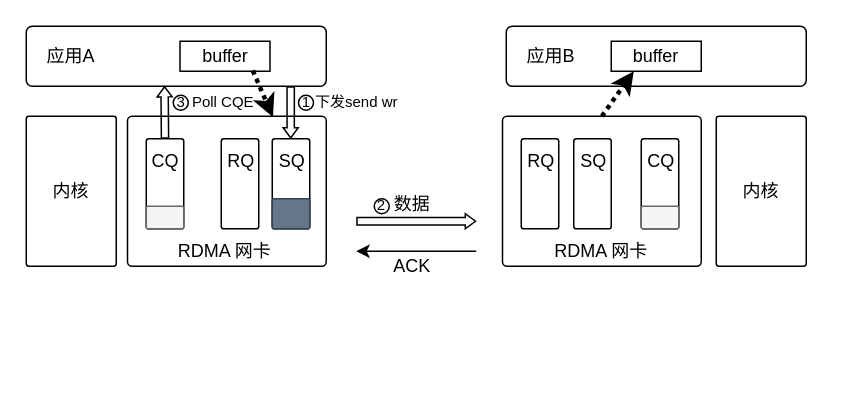
This is Img/RDMA-Write通信流程图.drawio from segzix/jiajiaDissertation, a draw.io file, before an edit. Source tidied: cells renumbered, new cells numbered last; positions are measured from the earlier drawing's top-left corner, leaving out a move shared by most shapes. Both pictures are drawn from the tidied source at 150%, with x=0, y=0 at pixel (26, 26).
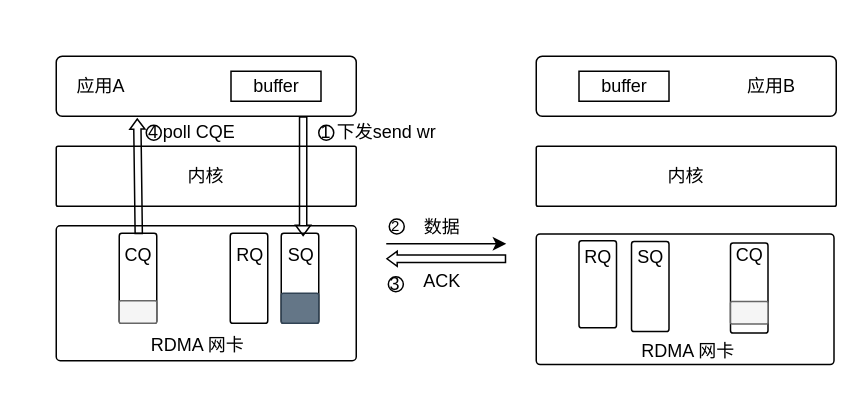
Above is the later version.

What changed in the source:
```diff
@@
-    <mxCell id="2" style="rounded=1;whiteSpace=wrap;html=1;arcSize=3;" parent="1" vertex="1">
-      <mxGeometry x="67.5" y="60" width="132.5" height="100" as="geometry" />
-    </mxCell>
-    <mxCell id="3" style="rounded=1;whiteSpace=wrap;html=1;arcSize=10;" parent="1" vertex="1">
-      <mxGeometry width="200" height="40" as="geometry" />
-    </mxCell>
-    <mxCell id="4" style="rounded=1;whiteSpace=wrap;html=1;arcSize=10;" parent="1" vertex="1">
-      <mxGeometry x="320" width="200" height="40" as="geometry" />
-    </mxCell>
+    <mxCell id="45" style="rounded=1;whiteSpace=wrap;html=1;arcSize=3;" parent="1" vertex="1">
+      <mxGeometry x="20" y="133" width="200" height="90" as="geometry" />
+    </mxCell>
+    <mxCell id="46" style="rounded=1;whiteSpace=wrap;html=1;arcSize=10;" parent="1" vertex="1">
+      <mxGeometry x="20" y="20" width="200" height="40" as="geometry" />
+    </mxCell>
+    <mxCell id="47" style="rounded=1;whiteSpace=wrap;html=1;arcSize=10;" parent="1" vertex="1">
+      <mxGeometry x="340" y="20" width="200" height="40" as="geometry" />
+    </mxCell>
     <mxCell id="5" value="应用A" style="text;html=1;align=center;verticalAlign=middle;whiteSpace=wrap;rounded=0;" parent="1" vertex="1">
-      <mxGeometry y="5" width="60" height="30" as="geometry" />
+      <mxGeometry x="20" y="25" width="60" height="30" as="geometry" />
     </mxCell>
     <mxCell id="6" value="应用B" style="text;html=1;align=center;verticalAlign=middle;whiteSpace=wrap;rounded=0;" parent="1" vertex="1">
-      <mxGeometry x="320" y="5" width="60" height="30" as="geometry" />
+      <mxGeometry x="466.5" y="25" width="60" height="30" as="geometry" />
     </mxCell>
-    <mxCell id="7" value="buffer" style="rounded=0;whiteSpace=wrap;html=1;" parent="1" vertex="1">
-      <mxGeometry x="102.5" y="10" width="60" height="20" as="geometry" />
-    </mxCell>
-    <mxCell id="8" value="buffer" style="rounded=0;whiteSpace=wrap;html=1;" parent="1" vertex="1">
-      <mxGeometry x="390" y="10" width="60" height="20" as="geometry" />
-    </mxCell>
-    <mxCell id="9" style="rounded=1;whiteSpace=wrap;html=1;arcSize=7;" parent="1" vertex="1">
-      <mxGeometry x="80" y="75" width="25" height="60" as="geometry" />
-    </mxCell>
-    <mxCell id="10" style="rounded=1;whiteSpace=wrap;html=1;arcSize=7;" parent="1" vertex="1">
-      <mxGeometry x="130" y="75" width="25" height="60" as="geometry" />
-    </mxCell>
-    <mxCell id="11" style="rounded=1;whiteSpace=wrap;html=1;arcSize=7;" parent="1" vertex="1">
-      <mxGeometry x="164" y="75" width="25" height="60" as="geometry" />
-    </mxCell>
-    <mxCell id="12" value="内核" style="rounded=1;whiteSpace=wrap;html=1;arcSize=3;" parent="1" vertex="1">
-      <mxGeometry y="60" width="60" height="100" as="geometry" />
-    </mxCell>
-    <mxCell id="13" value="内核" style="rounded=1;whiteSpace=wrap;html=1;arcSize=3;" parent="1" vertex="1">
-      <mxGeometry x="460" y="60" width="60" height="100" as="geometry" />
-    </mxCell>
-    <mxCell id="14" style="rounded=1;whiteSpace=wrap;html=1;arcSize=3;" parent="1" vertex="1">
-      <mxGeometry x="317.5" y="60" width="132.5" height="100" as="geometry" />
-    </mxCell>
-    <mxCell id="15" style="rounded=1;whiteSpace=wrap;html=1;arcSize=7;" parent="1" vertex="1">
-      <mxGeometry x="330" y="75" width="25" height="60" as="geometry" />
-    </mxCell>
-    <mxCell id="16" style="rounded=1;whiteSpace=wrap;html=1;arcSize=7;" parent="1" vertex="1">
-      <mxGeometry x="365" y="75" width="25" height="60" as="geometry" />
-    </mxCell>
-    <mxCell id="17" style="rounded=1;whiteSpace=wrap;html=1;arcSize=7;" parent="1" vertex="1">
-      <mxGeometry x="410" y="75" width="25" height="60" as="geometry" />
-    </mxCell>
-    <mxCell id="18" value="RDMA 网卡" style="text;html=1;align=center;verticalAlign=middle;whiteSpace=wrap;rounded=0;" parent="1" vertex="1">
-      <mxGeometry x="95" y="135" width="75" height="30" as="geometry" />
-    </mxCell>
-    <mxCell id="19" value="RDMA 网卡" style="text;html=1;align=center;verticalAlign=middle;whiteSpace=wrap;rounded=0;" parent="1" vertex="1">
-      <mxGeometry x="346.2" y="135" width="75" height="30" as="geometry" />
-    </mxCell>
-    <mxCell id="20" style="rounded=1;whiteSpace=wrap;html=1;arcSize=7;fillColor=#f5f5f5;fontColor=#333333;strokeColor=#666666;" parent="1" vertex="1">
-      <mxGeometry x="80" y="120" width="25" height="15" as="geometry" />
-    </mxCell>
+    <mxCell id="48" value="buffer" style="rounded=0;whiteSpace=wrap;html=1;" parent="1" vertex="1">
+      <mxGeometry x="136.5" y="30" width="60" height="20" as="geometry" />
+    </mxCell>
+    <mxCell id="49" value="buffer" style="rounded=0;whiteSpace=wrap;html=1;" parent="1" vertex="1">
+      <mxGeometry x="368.5" y="30" width="60" height="20" as="geometry" />
+    </mxCell>
+    <mxCell id="50" style="rounded=1;whiteSpace=wrap;html=1;arcSize=7;" parent="1" vertex="1">
+      <mxGeometry x="62" y="138" width="25" height="60" as="geometry" />
+    </mxCell>
+    <mxCell id="51" style="rounded=1;whiteSpace=wrap;html=1;arcSize=7;" parent="1" vertex="1">
+      <mxGeometry x="136" y="138" width="25" height="60" as="geometry" />
+    </mxCell>
+    <mxCell id="52" style="rounded=1;whiteSpace=wrap;html=1;arcSize=7;" parent="1" vertex="1">
+      <mxGeometry x="170" y="138" width="25" height="60" as="geometry" />
+    </mxCell>
+    <mxCell id="53" value="内核" style="rounded=1;whiteSpace=wrap;html=1;arcSize=3;" parent="1" vertex="1">
+      <mxGeometry x="20" y="80" width="200" height="40" as="geometry" />
+    </mxCell>
+    <mxCell id="54" value="内核" style="rounded=1;whiteSpace=wrap;html=1;arcSize=3;" parent="1" vertex="1">
+      <mxGeometry x="340" y="80" width="200" height="40" as="geometry" />
+    </mxCell>
+    <mxCell id="55" style="rounded=1;whiteSpace=wrap;html=1;arcSize=3;" parent="1" vertex="1">
+      <mxGeometry x="340" y="138.5" width="198.5" height="87" as="geometry" />
+    </mxCell>
+    <mxCell id="56" style="rounded=1;whiteSpace=wrap;html=1;arcSize=7;" parent="1" vertex="1">
+      <mxGeometry x="368.5" y="143" width="25" height="58" as="geometry" />
+    </mxCell>
+    <mxCell id="57" style="rounded=1;whiteSpace=wrap;html=1;arcSize=7;" parent="1" vertex="1">
+      <mxGeometry x="403.5" y="143.5" width="25" height="60" as="geometry" />
+    </mxCell>
+    <mxCell id="58" style="rounded=1;whiteSpace=wrap;html=1;arcSize=7;" parent="1" vertex="1">
+      <mxGeometry x="469.5" y="144.5" width="25" height="60" as="geometry" />
+    </mxCell>
+    <mxCell id="59" value="RDMA 网卡" style="text;html=1;align=center;verticalAlign=middle;whiteSpace=wrap;rounded=0;" parent="1" vertex="1">
+      <mxGeometry x="77" y="198" width="75" height="30" as="geometry" />
+    </mxCell>
+    <mxCell id="60" value="RDMA 网卡" style="text;html=1;align=center;verticalAlign=middle;whiteSpace=wrap;rounded=0;" parent="1" vertex="1">
+      <mxGeometry x="401.4" y="203" width="81.2" height="28" as="geometry" />
+    </mxCell>
+    <mxCell id="61" style="rounded=1;whiteSpace=wrap;html=1;arcSize=7;fillColor=#f5f5f5;fontColor=#333333;strokeColor=#666666;" parent="1" vertex="1">
+      <mxGeometry x="62" y="183" width="25" height="15" as="geometry" />
+    </mxCell>
     <mxCell id="21" value="CQ" style="text;html=1;align=center;verticalAlign=middle;whiteSpace=wrap;rounded=0;" parent="1" vertex="1">
-      <mxGeometry x="62.5" y="75" width="60" height="30" as="geometry" />
+      <mxGeometry x="44.5" y="138" width="60" height="30" as="geometry" />
     </mxCell>
-    <mxCell id="22" value="RQ" style="text;html=1;align=center;verticalAlign=middle;strokeColor=none;fillColor=none;" parent="1" vertex="1">
-      <mxGeometry x="122.5" y="75" width="40" height="30" as="geometry" />
-    </mxCell>
-    <mxCell id="23" value="SQ" style="text;html=1;align=center;verticalAlign=middle;strokeColor=none;fillColor=none;" parent="1" vertex="1">
-      <mxGeometry x="156.5" y="75" width="40" height="30" as="geometry" />
-    </mxCell>
+    <mxCell id="62" value="RQ" style="text;html=1;align=center;verticalAlign=middle;strokeColor=none;fillColor=none;" parent="1" vertex="1">
+      <mxGeometry x="128.5" y="138" width="40" height="30" as="geometry" />
+    </mxCell>
+    <mxCell id="63" value="SQ" style="text;html=1;align=center;verticalAlign=middle;points=[];strokeColor=none;fillColor=none;" parent="1" vertex="1">
+      <mxGeometry x="162.5" y="138" width="40" height="30" as="geometry" />
+    </mxCell>
     <mxCell id="24" value="CQ" style="text;html=1;align=center;verticalAlign=middle;strokeColor=none;fillColor=none;" parent="1" vertex="1">
-      <mxGeometry x="402.5" y="75" width="40" height="30" as="geometry" />
+      <mxGeometry x="461.5" y="137.5" width="40" height="30" as="geometry" />
     </mxCell>
-    <mxCell id="25" style="rounded=1;whiteSpace=wrap;html=1;arcSize=7;fillColor=#f5f5f5;fontColor=#333333;strokeColor=#666666;" parent="1" vertex="1">
-      <mxGeometry x="410" y="120" width="25" height="15" as="geometry" />
-    </mxCell>
-    <mxCell id="26" value="RQ" style="text;html=1;align=center;verticalAlign=middle;strokeColor=none;fillColor=none;" parent="1" vertex="1">
-      <mxGeometry x="322.5" y="75" width="40" height="30" as="geometry" />
-    </mxCell>
-    <mxCell id="27" value="SQ" style="text;html=1;align=center;verticalAlign=middle;strokeColor=none;fillColor=none;" parent="1" vertex="1">
-      <mxGeometry x="357.5" y="75" width="40" height="30" as="geometry" />
-    </mxCell>
-    <mxCell id="28" style="shape=flexArrow;endArrow=classic;html=1;rounded=0;endWidth=4.194444444444445;endSize=1.9333333333333333;width=4.833333333333333;entryX=0.461;entryY=0.995;entryDx=0;entryDy=0;entryPerimeter=0;exitX=0.5;exitY=0;exitDx=0;exitDy=0;" parent="1" edge="1" target="3">
-      <mxGeometry relative="1" as="geometry">
-        <mxPoint x="92.5" y="75" as="sourcePoint" />
-      </mxGeometry>
-    </mxCell>
-    <mxCell id="29" style="shape=flexArrow;endArrow=classic;html=1;rounded=0;endWidth=4.194444444444445;endSize=1.9333333333333333;width=4.833333333333333;" parent="1" edge="1">
-      <mxGeometry relative="1" as="geometry">
-        <mxPoint x="176.3" y="40" as="sourcePoint" />
-        <mxPoint x="176.3" y="75" as="targetPoint" />
-      </mxGeometry>
-    </mxCell>
-    <mxCell id="30" style="rounded=1;whiteSpace=wrap;html=1;arcSize=7;fillColor=#647687;fontColor=#ffffff;strokeColor=#314354;" parent="1" vertex="1">
-      <mxGeometry x="164" y="115" width="25" height="20" as="geometry" />
-    </mxCell>
+    <mxCell id="64" style="rounded=1;whiteSpace=wrap;html=1;arcSize=7;fillColor=#f5f5f5;fontColor=#333333;strokeColor=#666666;" parent="1" vertex="1">
+      <mxGeometry x="469.5" y="183.5" width="25" height="15" as="geometry" />
+    </mxCell>
+    <mxCell id="65" value="RQ" style="text;html=1;align=center;verticalAlign=middle;strokeColor=none;fillColor=none;" parent="1" vertex="1">
+      <mxGeometry x="361" y="138.5" width="40" height="30" as="geometry" />
+    </mxCell>
+    <mxCell id="66" value="SQ" style="text;html=1;align=center;verticalAlign=middle;strokeColor=none;fillColor=none;" parent="1" vertex="1">
+      <mxGeometry x="396" y="138.5" width="40" height="30" as="geometry" />
+    </mxCell>
+    <mxCell id="67" style="rounded=1;whiteSpace=wrap;html=1;arcSize=7;fillColor=#647687;fontColor=#ffffff;strokeColor=#314354;" parent="1" vertex="1">
+      <mxGeometry x="170" y="178" width="25" height="20" as="geometry" />
+    </mxCell>
+    <mxCell id="38" value="数据" style="text;html=1;align=center;verticalAlign=middle;strokeColor=none;fillColor=none;" parent="1" vertex="1">
+      <mxGeometry x="252" y="118.5" width="50" height="30" as="geometry" />
+    </mxCell>
+    <mxCell id="68" style="shape=flexArrow;endArrow=classic;html=1;rounded=0;endWidth=4.194444444444445;endSize=1.9333333333333333;width=4.833333333333333;" parent="1" edge="1">
+      <mxGeometry relative="1" as="geometry">
+        <mxPoint x="320" y="155" as="sourcePoint" />
+        <mxPoint x="240" y="155" as="targetPoint" />
+      </mxGeometry>
+    </mxCell>
+    <mxCell id="69" style="endArrow=classic;html=1;rounded=0;" parent="1" edge="1">
+      <mxGeometry relative="1" as="geometry">
+        <mxPoint x="240" y="145" as="sourcePoint" />
+        <mxPoint x="320" y="145" as="targetPoint" />
+      </mxGeometry>
+    </mxCell>
+    <mxCell id="44" value="ACK" style="text;html=1;align=center;verticalAlign=middle;strokeColor=none;fillColor=none;" parent="1" vertex="1">
+      <mxGeometry x="252" y="155" width="50" height="30" as="geometry" />
+    </mxCell>
+    <mxCell id="70" style="ellipse;whiteSpace=wrap;html=1;" parent="1" vertex="1">
+      <mxGeometry x="242" y="128.5" width="10" height="10" as="geometry" />
+    </mxCell>
+    <mxCell id="40" value="&lt;font style=&quot;font-size: 10px;&quot;&gt;2&lt;/font&gt;" style="text;html=1;align=center;verticalAlign=middle;strokeColor=none;fillColor=none;" parent="1" vertex="1">
+      <mxGeometry x="231.4" y="117.5" width="30" height="30" as="geometry" />
+    </mxCell>
+    <mxCell id="36" value="3" style="ellipse;whiteSpace=wrap;html=1;" parent="1" vertex="1">
+      <mxGeometry x="241.4" y="167" width="10" height="10" as="geometry" />
+    </mxCell>
+    <mxCell id="71" style="shape=flexArrow;endArrow=classic;html=1;rounded=0;endWidth=4.194444444444445;endSize=1.9333333333333333;width=4.833333333333333;entryX=0.63;entryY=1.067;entryDx=0;entryDy=0;entryPerimeter=0;" parent="1" edge="1">
+      <mxGeometry relative="1" as="geometry">
+        <mxPoint x="75" y="138.7" as="sourcePoint" />
+        <mxPoint x="74" y="61.3" as="targetPoint" />
+      </mxGeometry>
+    </mxCell>
+    <mxCell id="72" value="poll CQE" style="text;html=1;align=center;verticalAlign=middle;strokeColor=none;fillColor=none;" parent="1" vertex="1">
+      <mxGeometry x="80" y="56" width="70" height="30" as="geometry" />
+    </mxCell>
+    <mxCell id="73" value="4" style="ellipse;whiteSpace=wrap;html=1;" parent="1" vertex="1">
+      <mxGeometry x="80" y="66" width="10" height="10" as="geometry" />
+    </mxCell>
+    <mxCell id="74" style="shape=flexArrow;endArrow=classic;html=1;rounded=0;endWidth=4.194444444444445;endSize=1.9333333333333333;width=4.833333333333333;entryX=0.552;entryY=0.067;entryDx=0;entryDy=0;entryPerimeter=0;exitX=0.823;exitY=1;exitDx=0;exitDy=0;exitPerimeter=0;" parent="1" edge="1" source="46" target="63">
+      <mxGeometry relative="1" as="geometry" />
+    </mxCell>
-    <mxCell id="31" value="&lt;font style=&quot;font-size: 10px;&quot;&gt;下发send wr&lt;/font&gt;" style="text;html=1;align=center;verticalAlign=middle;strokeColor=none;fillColor=none;" parent="1" vertex="1">
-      <mxGeometry x="180" y="35" width="80" height="30" as="geometry" />
+    <mxCell id="31" value="下发send wr" style="text;html=1;align=center;verticalAlign=middle;strokeColor=none;fillColor=none;" parent="1" vertex="1">
+      <mxGeometry x="195" y="56" width="90" height="30" as="geometry" />
     </mxCell>
-    <mxCell id="32" style="ellipse;whiteSpace=wrap;html=1;" parent="1" vertex="1">
-      <mxGeometry x="181.5" y="46" width="10" height="10" as="geometry" />
-    </mxCell>
-    <mxCell id="33" value="&lt;font style=&quot;font-size: 10px;&quot;&gt;1&lt;/font&gt;" style="text;html=1;align=center;verticalAlign=middle;whiteSpace=wrap;rounded=0;" parent="1" vertex="1">
-      <mxGeometry x="156.5" y="34.5" width="60" height="30" as="geometry" />
+    <mxCell id="33" value="1" style="ellipse;whiteSpace=wrap;html=1;" parent="1" vertex="1">
+      <mxGeometry x="195" y="66" width="10" height="10" as="geometry" />
     </mxCell>
-    <mxCell id="34" style="ellipse;whiteSpace=wrap;html=1;" parent="1" vertex="1">
-      <mxGeometry x="98" y="46" width="10" height="10" as="geometry" />
-    </mxCell>
-    <mxCell id="35" value="&lt;font style=&quot;font-size: 10px;&quot;&gt;Poll CQE&lt;/font&gt;" style="text;html=1;align=center;verticalAlign=middle;strokeColor=none;fillColor=none;" parent="1" vertex="1">
-      <mxGeometry x="101" y="34.5" width="60" height="30" as="geometry" />
-    </mxCell>
-    <mxCell id="36" value="&lt;font style=&quot;font-size: 10px;&quot;&gt;3&lt;/font&gt;" style="text;html=1;align=center;verticalAlign=middle;strokeColor=none;fillColor=none;" parent="1" vertex="1">
-      <mxGeometry x="88" y="35" width="30" height="30" as="geometry" />
-    </mxCell>
-    <mxCell id="37" style="shape=flexArrow;endArrow=classic;html=1;rounded=0;endWidth=4.194444444444445;endSize=1.9333333333333333;width=4.833333333333333;" parent="1" edge="1">
-      <mxGeometry relative="1" as="geometry">
-        <mxPoint x="220" y="130" as="sourcePoint" />
-        <mxPoint x="300" y="130" as="targetPoint" />
-      </mxGeometry>
-    </mxCell>
-    <mxCell id="38" value="数据" style="text;html=1;align=center;verticalAlign=middle;strokeColor=none;fillColor=none;" parent="1" vertex="1">
-      <mxGeometry x="232" y="104" width="50" height="30" as="geometry" />
-    </mxCell>
-    <mxCell id="39" style="ellipse;whiteSpace=wrap;html=1;" parent="1" vertex="1">
-      <mxGeometry x="232" y="115" width="10" height="10" as="geometry" />
-    </mxCell>
-    <mxCell id="40" value="&lt;font style=&quot;font-size: 10px;&quot;&gt;2&lt;/font&gt;" style="text;html=1;align=center;verticalAlign=middle;whiteSpace=wrap;rounded=0;" parent="1" vertex="1">
-      <mxGeometry x="207" y="104" width="60" height="30" as="geometry" />
-    </mxCell>
-    <mxCell id="41" style="endArrow=classic;html=1;rounded=0;dashed=1;strokeWidth=3;dashPattern=1 1;entryX=0.133;entryY=0.871;entryDx=0;entryDy=0;entryPerimeter=0;" parent="1" edge="1" target="33">
-      <mxGeometry relative="1" as="geometry">
-        <mxPoint x="151" y="29.5" as="sourcePoint" />
-      </mxGeometry>
-    </mxCell>
-    <mxCell id="42" style="endArrow=classic;html=1;rounded=0;dashed=1;strokeWidth=3;dashPattern=1 1;entryX=0.25;entryY=1;entryDx=0;entryDy=0;exitX=0.5;exitY=0;exitDx=0;exitDy=0;" parent="1" edge="1" source="14" target="8">
-      <mxGeometry relative="1" as="geometry" />
-    </mxCell>
-    <mxCell id="43" style="endArrow=classic;html=1;rounded=0;" parent="1" edge="1">
-      <mxGeometry relative="1" as="geometry">
-        <mxPoint x="300" y="150" as="sourcePoint" />
-        <mxPoint x="220" y="150" as="targetPoint" />
-      </mxGeometry>
-    </mxCell>
-    <mxCell id="44" value="ACK" style="text;html=1;align=center;verticalAlign=middle;strokeColor=none;fillColor=none;" parent="1" vertex="1">
-      <mxGeometry x="232" y="145" width="50" height="30" as="geometry" />
-    </mxCell>
```
